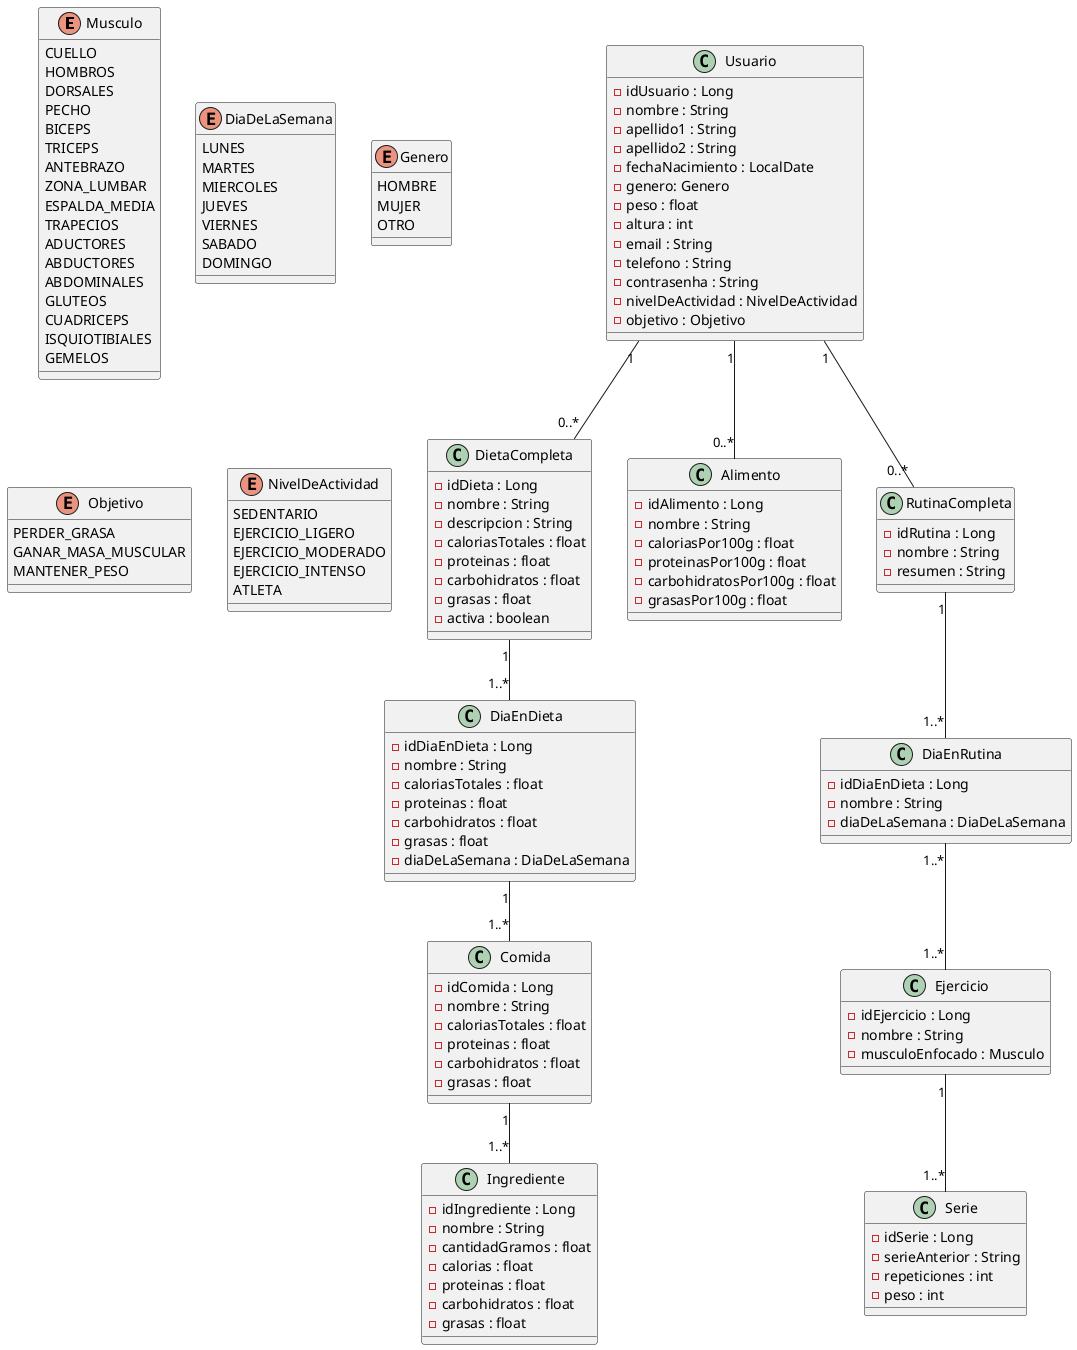
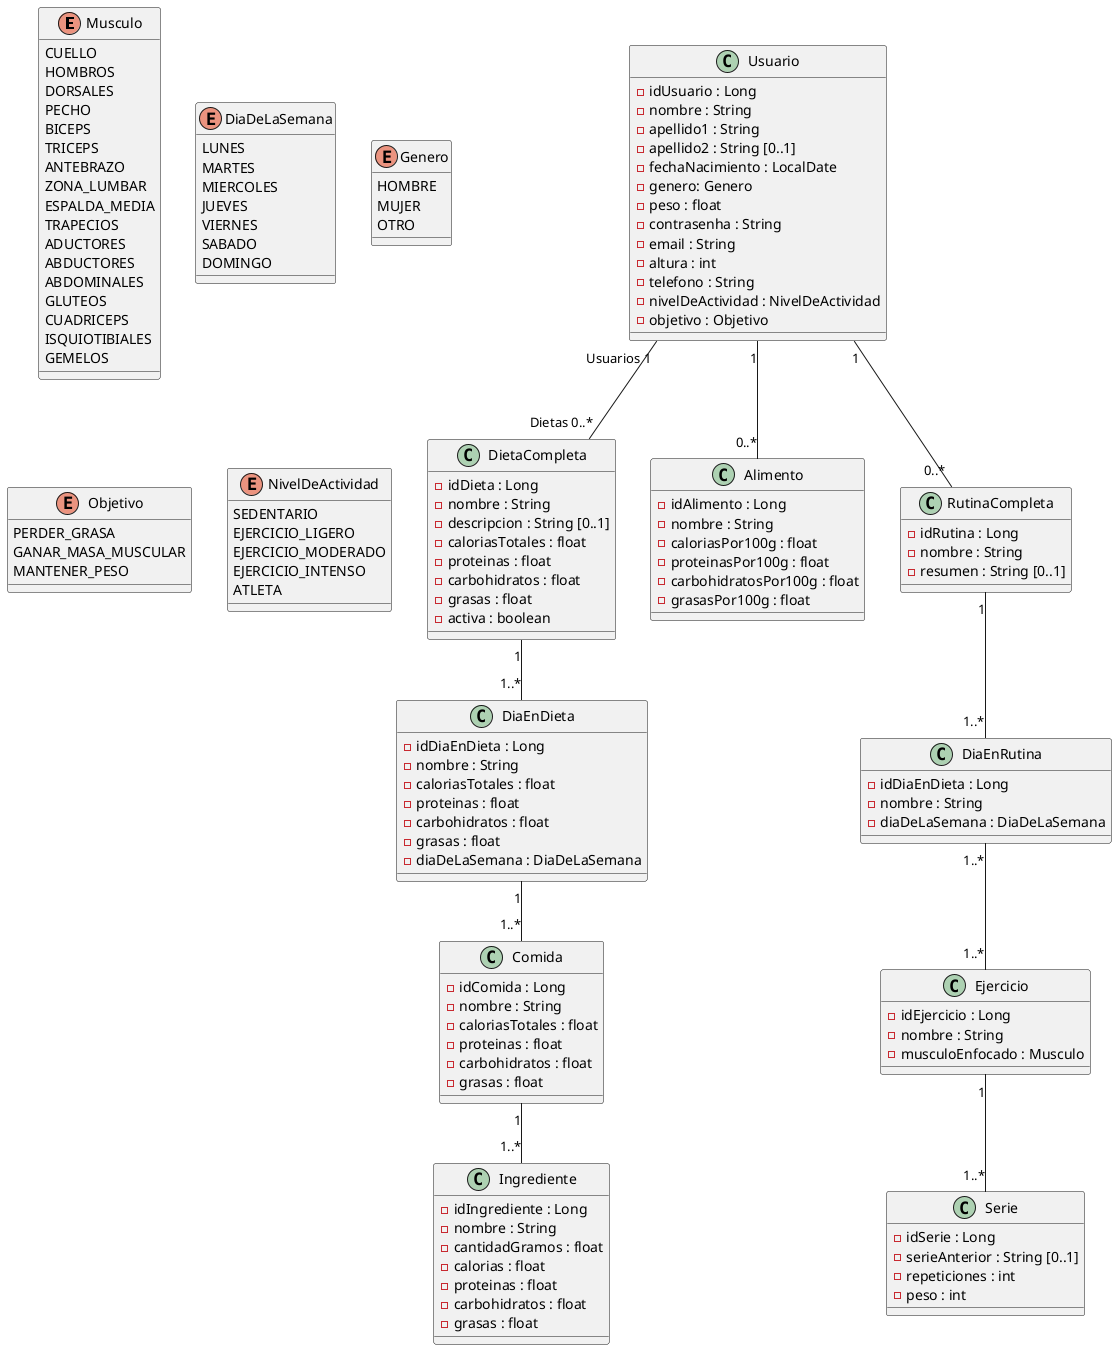
@startuml

' ========================
' ====== ENUMERADOS ======
' ========================

enum Musculo  {
CUELLO
HOMBROS
DORSALES
PECHO
BICEPS
TRICEPS
ANTEBRAZO
ZONA_LUMBAR
ESPALDA_MEDIA
TRAPECIOS
ADUCTORES
ABDUCTORES
ABDOMINALES
GLUTEOS
CUADRICEPS
ISQUIOTIBIALES
GEMELOS
}

enum DiaDeLaSemana  {
LUNES
MARTES
MIERCOLES
JUEVES
VIERNES
SABADO
DOMINGO
}

enum Genero {
HOMBRE
MUJER
OTRO
}

enum Objetivo {
    PERDER_GRASA
    GANAR_MASA_MUSCULAR
    MANTENER_PESO
}

enum NivelDeActividad {
    SEDENTARIO
    EJERCICIO_LIGERO
    EJERCICIO_MODERADO
    EJERCICIO_INTENSO
    ATLETA
}

' ========================
' ======== CLASES ========
' ========================

class Usuario {
- idUsuario : Long
- nombre : String
- apellido1 : String
- - apellido2 : String
+ - apellido2 : String [0..1]
- fechaNacimiento : LocalDate
- genero: Genero
- peso : float
+ - contrasenha : String
+ - email : String
- altura : int
- - email : String
- telefono : String
- - contrasenha : String
- nivelDeActividad : NivelDeActividad
- objetivo : Objetivo
}

class DietaCompleta {
- idDieta : Long
- nombre : String
- - descripcion : String
+ - descripcion : String [0..1]
- caloriasTotales : float
- proteinas : float
- carbohidratos : float
- grasas : float
- activa : boolean
}

class DiaEnDieta {
- idDiaEnDieta : Long
- nombre : String
- caloriasTotales : float
- proteinas : float
- carbohidratos : float
- grasas : float
- diaDeLaSemana : DiaDeLaSemana
}


class Comida {
- idComida : Long
- nombre : String
- caloriasTotales : float
- proteinas : float
- carbohidratos : float
- grasas : float
}

class Ingrediente {
- idIngrediente : Long
- nombre : String
- cantidadGramos : float
- calorias : float
- proteinas : float
- carbohidratos : float
- grasas : float
}

class Alimento {
- idAlimento : Long
- nombre : String
- caloriasPor100g : float
- proteinasPor100g : float
- carbohidratosPor100g : float
- grasasPor100g : float
}

class RutinaCompleta {
- idRutina : Long
- nombre : String
- - resumen : String
+ - resumen : String [0..1]
}

class DiaEnRutina {
- idDiaEnDieta : Long
- nombre : String
- diaDeLaSemana : DiaDeLaSemana
}

class Ejercicio {
- idEjercicio : Long
- nombre : String
- musculoEnfocado : Musculo
}

class Serie {
- idSerie : Long
- - serieAnterior : String
+ - serieAnterior : String [0..1]
- repeticiones : int
- peso : int
}

' ========================
' ====== RELACIONES ======
' ========================

- Usuario "1"  -- "0..*" DietaCompleta
+ Usuario "Usuarios 1"  -- "Dietas 0..*" DietaCompleta

DietaCompleta "1" -- "1..*" DiaEnDieta

Usuario "1"  -- "0..*" RutinaCompleta

DiaEnDieta "1"  -- "1..*" Comida

Comida "1"  -- "1..*" Ingrediente

Usuario "1" -- "0..*" Alimento

RutinaCompleta "1"  -- "1..*" DiaEnRutina

DiaEnRutina "1..*" -- "1..*" Ejercicio

Ejercicio "1"  -- "1..*" Serie

@enduml